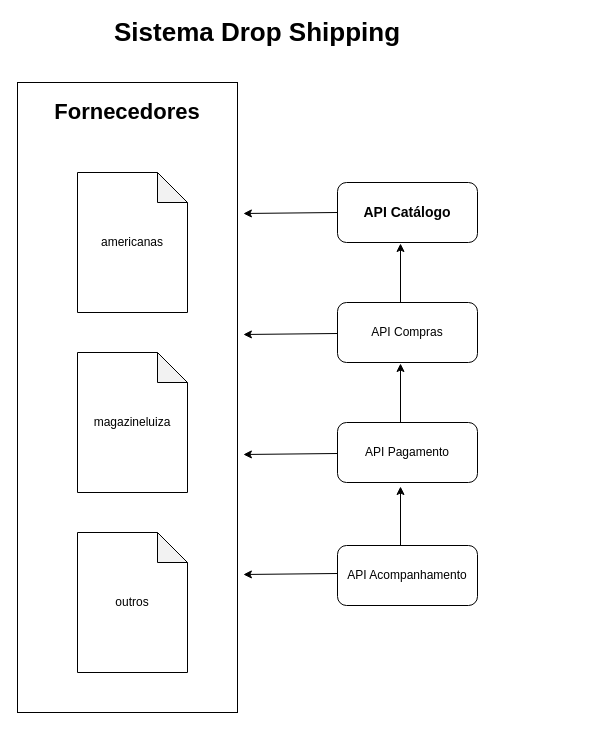
Earlier version of the draw.io diagram page "Sistema Drop Shipping" (1 of 3) of doc/sistema-drop-shipping-com-gateway.drawio (caiosduarte/aws-montagem-exibicao-catalogo). Source tidied: cells renumbered, new cells numbered last; positions are measured from the earlier drawing's top-left corner, leaving out a move shared by most shapes. Both pictures are drawn from the tidied source at 100%, with x=0, y=0 at pixel (17, 22).
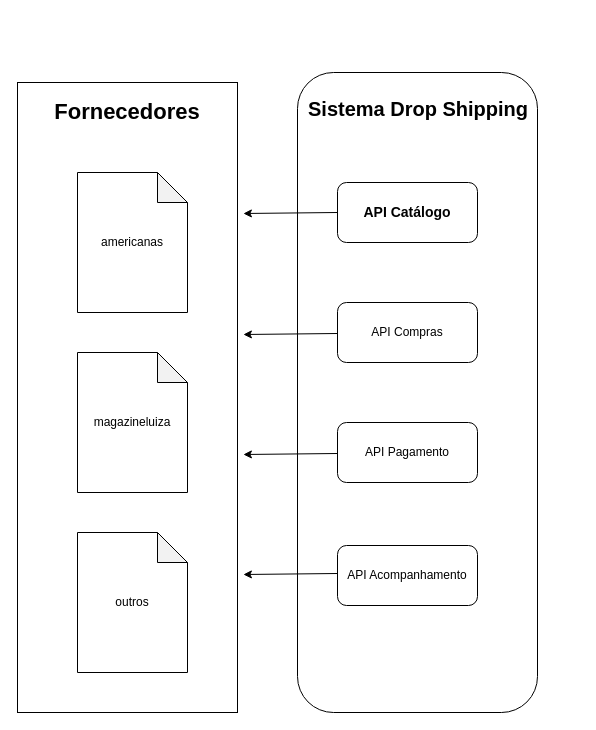
The same page after the edit.

Diff of the diagram source:
```diff
@@
+    <mxCell id="20" style="rounded=1;whiteSpace=wrap;html=1;" parent="1" vertex="1">
+      <mxGeometry x="280" y="50" width="240" height="640" as="geometry" />
+    </mxCell>
@@
-    <mxCell id="13" style="endArrow=classic;html=1;fontSize=12;" parent="1" edge="1">
-      <mxGeometry relative="1" as="geometry">
-        <mxPoint x="383" y="280" as="sourcePoint" />
-        <mxPoint x="383" y="221" as="targetPoint" />
-      </mxGeometry>
-    </mxCell>
-    <mxCell id="14" style="endArrow=classic;html=1;fontSize=12;noLabel=1;fontColor=none;" parent="1" edge="1">
-      <mxGeometry relative="1" as="geometry">
-        <mxPoint x="383" y="400" as="sourcePoint" />
-        <mxPoint x="383" y="341" as="targetPoint" />
-      </mxGeometry>
-    </mxCell>
-    <mxCell id="15" style="endArrow=classic;html=1;fontSize=12;noLabel=1;fontColor=none;" parent="1" edge="1">
-      <mxGeometry relative="1" as="geometry">
-        <mxPoint x="383" y="523" as="sourcePoint" />
-        <mxPoint x="383" y="464" as="targetPoint" />
-      </mxGeometry>
-    </mxCell>
@@
-    <mxCell id="19" value="Sistema Drop Shipping&lt;br style=&quot;font-size: 26px;&quot;&gt;" style="text;html=1;strokeColor=none;fillColor=none;align=center;verticalAlign=middle;whiteSpace=wrap;rounded=0;fontSize=26;fontColor=none;fontStyle=1;" parent="1" vertex="1">
-      <mxGeometry x="80" width="320" height="20" as="geometry" />
+    <mxCell id="19" value="Sistema Drop Shipping&lt;br style=&quot;font-size: 20px;&quot;&gt;" style="text;html=1;strokeColor=none;fillColor=none;align=center;verticalAlign=middle;whiteSpace=wrap;rounded=0;fontSize=20;fontColor=none;fontStyle=1;" parent="1" vertex="1">
+      <mxGeometry x="241" y="76" width="320" height="20" as="geometry" />
     </mxCell>
```
